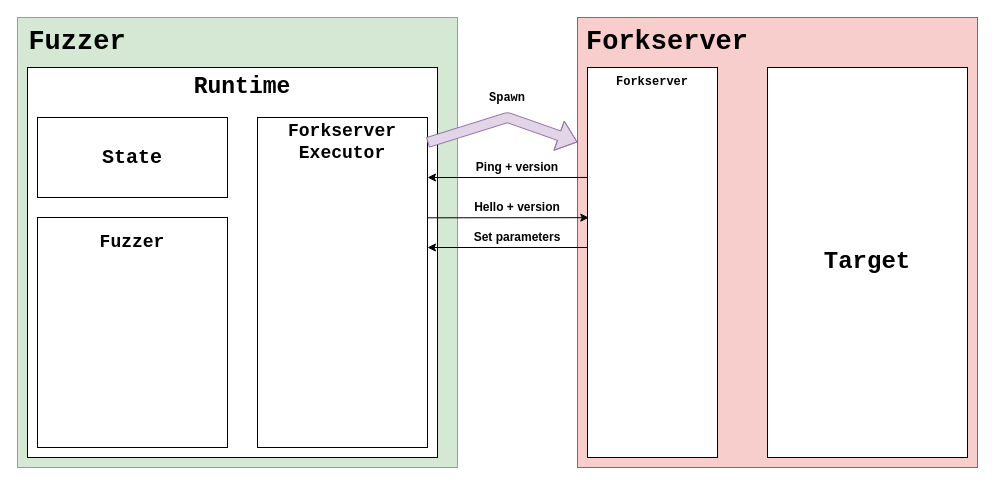
Before: book/assets/forkserver.drawio in LibAFLminusminus/LibAFLminusminus, a draw.io diagram. Source tidied: cells renumbered, new cells numbered last; positions are measured from the earlier drawing's top-left corner, leaving out a move shared by most shapes. Both pictures are drawn from the tidied source at 100%, with x=0, y=0 at pixel (17, 17).
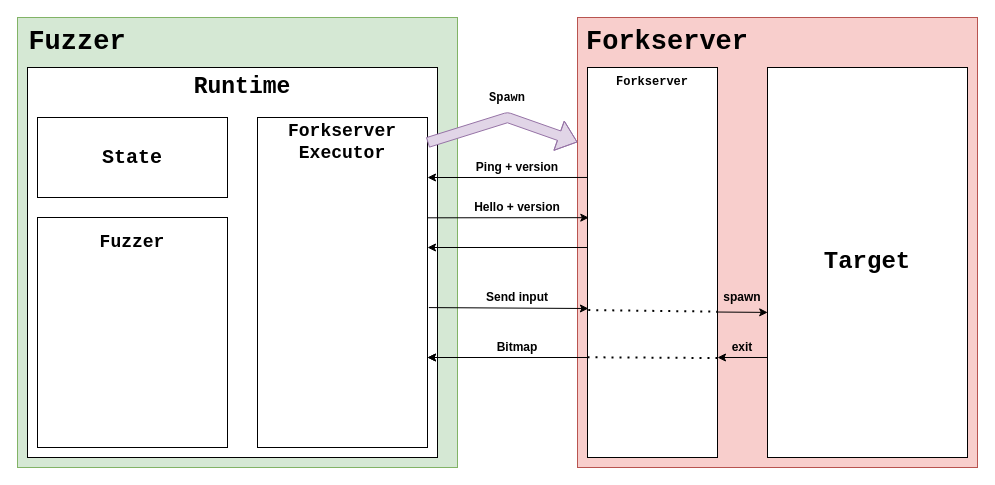
The same page after the edit.

Commit message (it also covers changes not shown here):
fixed forkserver. improve schema.

The change refers to these unchanged cells:
```xml
<mxCell id="10" style="rounded=0;whiteSpace=wrap;html=1;fontFamily=Courier New;" parent="1" vertex="1">
  <mxGeometry x="240" y="100" width="170" height="330" as="geometry" />
</mxCell>
<mxCell id="13" style="rounded=0;whiteSpace=wrap;html=1;" parent="1" vertex="1">
  <mxGeometry x="570" y="50" width="130" height="390" as="geometry" />
</mxCell>
<mxCell id="15" value="Target" style="rounded=0;whiteSpace=wrap;html=1;fontFamily=Courier New;fontStyle=1;fontSize=24;" parent="1" vertex="1">
  <mxGeometry x="750" y="50" width="200" height="390" as="geometry" />
</mxCell>
```

What changed in the source:
```diff
@@
-    <mxCell id="23" value="Set parameters" style="text;html=1;whiteSpace=wrap;strokeColor=none;fillColor=none;align=center;verticalAlign=middle;rounded=0;fontStyle=1;" parent="1" vertex="1">
-      <mxGeometry x="440" y="210" width="120" height="20" as="geometry" />
+    <mxCell id="23" value="Bitmap" style="text;html=1;whiteSpace=wrap;strokeColor=none;fillColor=none;align=center;verticalAlign=middle;rounded=0;fontStyle=1;" parent="1" vertex="1">
+      <mxGeometry x="440" y="320" width="120" height="20" as="geometry" />
     </mxCell>
+    <mxCell id="24" style="endArrow=classic;html=1;rounded=0;exitX=1.008;exitY=0.576;exitDx=0;exitDy=0;exitPerimeter=0;entryX=0.007;entryY=0.618;entryDx=0;entryDy=0;entryPerimeter=0;" parent="1" edge="1" source="10" target="13">
+      <mxGeometry relative="1" as="geometry" />
+    </mxCell>
+    <mxCell id="25" value="Send input" style="text;html=1;whiteSpace=wrap;strokeColor=none;fillColor=none;align=center;verticalAlign=middle;rounded=0;fontStyle=1;" parent="1" vertex="1">
+      <mxGeometry x="440" y="270" width="120" height="20" as="geometry" />
+    </mxCell>
+    <mxCell id="26" style="endArrow=classic;html=1;rounded=0;exitX=0.002;exitY=0.282;exitDx=0;exitDy=0;entryX=1;entryY=1;entryDx=0;entryDy=0;exitPerimeter=0;" parent="1" edge="1">
+      <mxGeometry relative="1" as="geometry">
+        <mxPoint x="570" y="340" as="sourcePoint" />
+        <mxPoint x="410" y="340" as="targetPoint" />
+      </mxGeometry>
+    </mxCell>
+    <mxCell id="27" style="endArrow=classic;html=1;rounded=0;exitX=0.992;exitY=0.627;exitDx=0;exitDy=0;exitPerimeter=0;entryX=0.001;entryY=0.628;entryDx=0;entryDy=0;entryPerimeter=0;" parent="1" edge="1" source="13" target="15">
+      <mxGeometry relative="1" as="geometry" />
+    </mxCell>
+    <mxCell id="28" value="spawn" style="text;html=1;whiteSpace=wrap;strokeColor=none;fillColor=none;align=center;verticalAlign=middle;rounded=0;fontStyle=1;" parent="1" vertex="1">
+      <mxGeometry x="700" y="270" width="50" height="20" as="geometry" />
+    </mxCell>
+    <mxCell id="29" style="endArrow=classic;html=1;rounded=0;exitX=0.002;exitY=0.282;exitDx=0;exitDy=0;entryX=1;entryY=1;entryDx=0;entryDy=0;exitPerimeter=0;" parent="1" edge="1">
+      <mxGeometry relative="1" as="geometry">
+        <mxPoint x="570" y="340" as="sourcePoint" />
+        <mxPoint x="410" y="340" as="targetPoint" />
+      </mxGeometry>
+    </mxCell>
+    <mxCell id="30" style="endArrow=classic;html=1;rounded=0;entryX=1;entryY=1;entryDx=0;entryDy=0;" parent="1" edge="1">
+      <mxGeometry relative="1" as="geometry">
+        <mxPoint x="750" y="340" as="sourcePoint" />
+        <mxPoint x="700" y="340" as="targetPoint" />
+      </mxGeometry>
+    </mxCell>
+    <mxCell id="31" value="exit" style="text;html=1;whiteSpace=wrap;strokeColor=none;fillColor=none;align=center;verticalAlign=middle;rounded=0;fontStyle=1;" parent="1" vertex="1">
+      <mxGeometry x="700" y="320" width="50" height="20" as="geometry" />
+    </mxCell>
+    <mxCell id="32" style="endArrow=none;dashed=1;html=1;dashPattern=1 3;strokeWidth=2;rounded=0;exitX=0.006;exitY=0.622;exitDx=0;exitDy=0;exitPerimeter=0;entryX=1;entryY=0.626;entryDx=0;entryDy=0;entryPerimeter=0;" parent="1" edge="1" source="13" target="13">
+      <mxGeometry relative="1" as="geometry" />
+    </mxCell>
+    <mxCell id="33" style="endArrow=none;dashed=1;html=1;dashPattern=1 3;strokeWidth=2;rounded=0;exitX=0;exitY=0.743;exitDx=0;exitDy=0;exitPerimeter=0;entryX=1.007;entryY=0.745;entryDx=0;entryDy=0;entryPerimeter=0;" parent="1" edge="1" source="13" target="13">
+      <mxGeometry relative="1" as="geometry" />
+    </mxCell>
```
